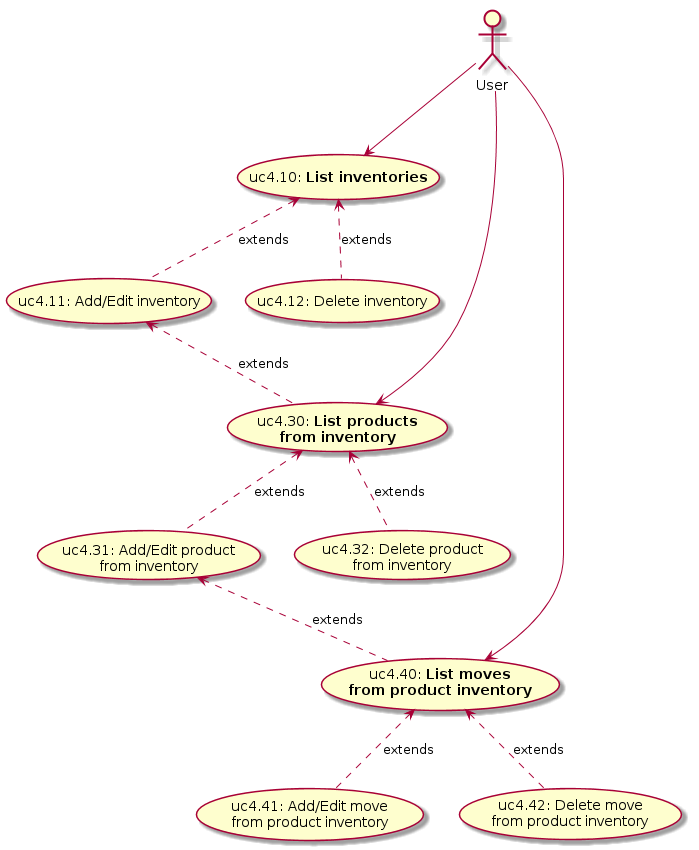
This is docs/images/generated/uc4_inventory.png from aert/aert-farmerp, a PlantUML export, as it was before one commit.
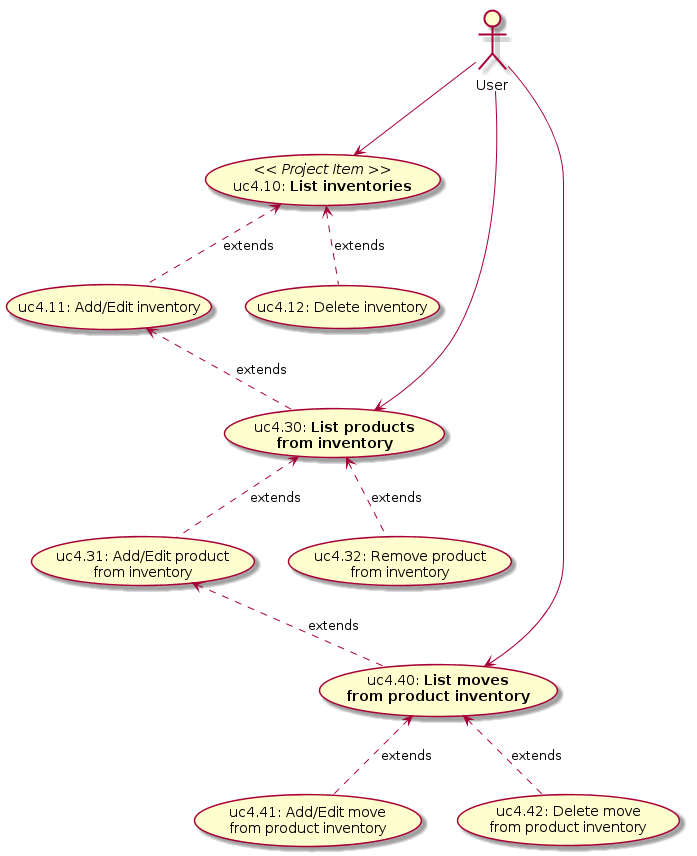
Later version of the same file.

The edit, as a diff of the source:
```diff
@@ -4,7 +4,7 @@
    actor "User" as User
 
 
-   (uc4.10: <b>List inventories</b>)   as (uc4.10)
+   (uc4.10: <b>List inventories</b>)   as (uc4.10) << Project Item >>
    (uc4.11: Add/Edit inventory) as (uc4.11)
    (uc4.12: Delete inventory)   as (uc4.12)
    (uc4.10) <.. (uc4.11) : extends
@@ -12,7 +12,7 @@
 
    (uc4.30: <b>List products</b>\n<b>from inventory</b>)    as (uc4.30)
    (uc4.31: Add/Edit product\nfrom inventory) as (uc4.31)
-   (uc4.32: Delete product\nfrom inventory)   as (uc4.32)
+   (uc4.32: Remove product\nfrom inventory)   as (uc4.32)
    (uc4.30) <.. (uc4.31) : extends
    (uc4.30) <.. (uc4.32) : extends
 
```
